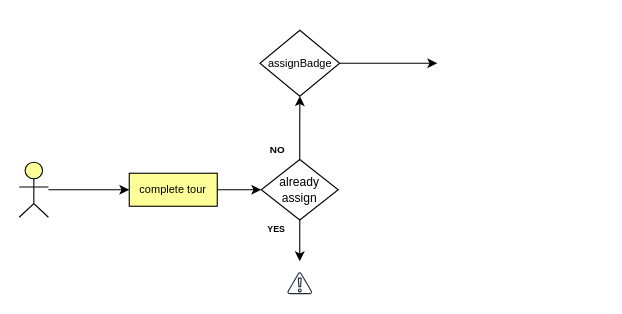
Above: page "Page-2" (2 of 2) of Untitled Diagram.drawio in AQIB-NAWAB/The-Final-Game (draw.io), before the change. Source tidied: cells renumbered, new cells numbered last; positions are measured from the earlier drawing's top-left corner, leaving out a move shared by most shapes. Both pictures are drawn from the tidied source at 110%, with x=0, y=0 at pixel (19, 30).
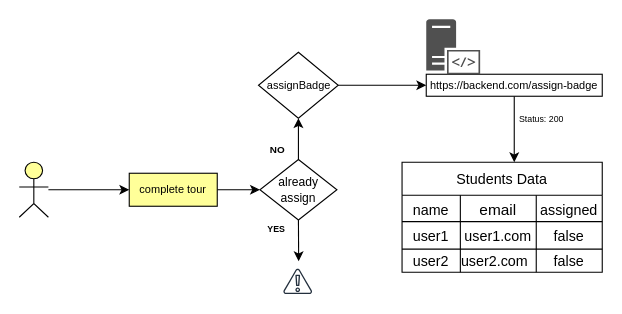
Above is the later version.

The edit, as a diff of the source:
```diff
@@
-    <mxCell id="7" style="edgeStyle=orthogonalEdgeStyle;rounded=0;jettySize=auto;html=1;" parent="1" edge="1" source="8">
-      <mxGeometry relative="1" as="geometry">
-        <mxPoint x="255" y="210" as="targetPoint" />
-      </mxGeometry>
-    </mxCell>
+    <mxCell id="14" style="edgeStyle=orthogonalEdgeStyle;rounded=0;jettySize=auto;html=1;exitX=0.5;exitY=1;exitDx=0;exitDy=0;" parent="1" edge="1" source="8">
+      <mxGeometry relative="1" as="geometry">
+        <mxPoint x="254" y="210" as="targetPoint" />
+      </mxGeometry>
+    </mxCell>
     <mxCell id="8" value="&lt;font style=&quot;font-size: 11px;&quot;&gt;already assign&lt;/font&gt;" style="rhombus;whiteSpace=wrap;html=1;" parent="1" vertex="1">
-      <mxGeometry x="220" y="117.5" width="70" height="55" as="geometry" />
+      <mxGeometry x="218.8" y="117.5" width="70" height="55" as="geometry" />
     </mxCell>
-    <mxCell id="9" style="edgeStyle=orthogonalEdgeStyle;rounded=0;jettySize=auto;html=1;" parent="1" edge="1" source="10">
-      <mxGeometry relative="1" as="geometry">
-        <mxPoint x="380" y="30" as="targetPoint" />
-      </mxGeometry>
-    </mxCell>
+    <mxCell id="15" style="edgeStyle=orthogonalEdgeStyle;rounded=0;jettySize=auto;html=1;" parent="1" edge="1" source="10" target="17">
+      <mxGeometry relative="1" as="geometry" />
+    </mxCell>
     <mxCell id="10" value="&lt;font style=&quot;font-size: 10px;&quot;&gt;assignBadge&lt;/font&gt;" style="rhombus;whiteSpace=wrap;html=1;" parent="1" vertex="1">
-      <mxGeometry x="218.8" width="72.5" height="60" as="geometry" />
+      <mxGeometry x="217.5" y="20" width="72.5" height="60" as="geometry" />
     </mxCell>
@@
     <mxCell id="13" style="sketch=0;fontColor=#232F3E;gradientColor=none;fillColor=#232F3D;strokeColor=none;dashed=0;verticalLabelPosition=bottom;verticalAlign=top;align=center;html=1;fontSize=12;fontStyle=0;shape=mxgraph.aws4.alert;" parent="1" vertex="1">
-      <mxGeometry x="243.7" y="220" width="22.6" height="20" as="geometry" />
+      <mxGeometry x="240" y="216.7" width="26.3" height="23.3" as="geometry" />
     </mxCell>
+    <mxCell id="16" style="edgeStyle=orthogonalEdgeStyle;rounded=0;jettySize=auto;html=1;" parent="1" edge="1" source="17">
+      <mxGeometry relative="1" as="geometry">
+        <mxPoint x="450" y="120" as="targetPoint" />
+      </mxGeometry>
+    </mxCell>
+    <mxCell id="17" value="&lt;font style=&quot;font-size: 10px;&quot;&gt;https://&lt;font&gt;backend.com/assign-badge&lt;/font&gt;&lt;/font&gt;" style="rounded=0;whiteSpace=wrap;html=1;" parent="1" vertex="1">
+      <mxGeometry x="370" y="40" width="160" height="20" as="geometry" />
+    </mxCell>
+    <mxCell id="18" style="sketch=0;shadow=0;dashed=0;html=1;strokeColor=none;fillColor=#505050;labelPosition=center;verticalLabelPosition=bottom;verticalAlign=top;align=center;shape=mxgraph.office.servers.server_side_code;" parent="1" vertex="1">
+      <mxGeometry x="370" y="-10" width="49" height="50" as="geometry" />
+    </mxCell>
+    <mxCell id="19" value="Students Data" style="shape=table;startSize=30;childLayout=tableLayout;strokeColor=default;fontSize=13;gradientColor=none;perimeterSpacing=1;" parent="1" vertex="1">
+      <mxGeometry x="348" y="120" width="182" height="100" as="geometry" />
+    </mxCell>
+    <mxCell id="20" style="shape=tableRow;horizontal=0;startSize=0;swimlaneHead=0;swimlaneBody=0;strokeColor=inherit;top=0;left=0;bottom=0;right=0;fillColor=none;fontSize=16;" parent="19" vertex="1">
+      <mxGeometry y="30" width="182" height="24" as="geometry" />
+    </mxCell>
+    <mxCell id="21" value="&lt;font style=&quot;font-size: 13px;&quot;&gt;name&lt;/font&gt;" style="shape=partialRectangle;html=1;whiteSpace=wrap;strokeColor=inherit;overflow=hidden;fillColor=none;top=0;left=0;bottom=0;right=0;fontSize=16;" parent="20" vertex="1">
+      <mxGeometry width="53" height="24" as="geometry" />
+    </mxCell>
+    <mxCell id="22" value="&lt;font style=&quot;font-size: 14px;&quot;&gt;email&lt;/font&gt;" style="shape=partialRectangle;html=1;whiteSpace=wrap;strokeColor=inherit;overflow=hidden;fillColor=none;top=0;left=0;bottom=0;right=0;fontSize=16;" parent="20" vertex="1">
+      <mxGeometry x="53" width="69" height="24" as="geometry" />
+    </mxCell>
+    <mxCell id="23" value="&lt;font style=&quot;font-size: 13px;&quot;&gt;assigned&lt;/font&gt;" style="shape=partialRectangle;html=1;whiteSpace=wrap;strokeColor=inherit;overflow=hidden;fillColor=none;top=0;left=0;bottom=0;right=0;fontSize=16;" parent="20" vertex="1">
+      <mxGeometry x="122" width="60" height="24" as="geometry" />
+    </mxCell>
+    <mxCell id="24" style="shape=tableRow;horizontal=0;startSize=0;swimlaneHead=0;swimlaneBody=0;strokeColor=inherit;top=0;left=0;bottom=0;right=0;fillColor=none;fontSize=16;" parent="19" vertex="1">
+      <mxGeometry y="54" width="182" height="25" as="geometry" />
+    </mxCell>
+    <mxCell id="25" value="user1" style="shape=partialRectangle;html=1;whiteSpace=wrap;strokeColor=inherit;overflow=hidden;fillColor=none;top=0;left=0;bottom=0;right=0;fontSize=13;" parent="24" vertex="1">
+      <mxGeometry width="53" height="25" as="geometry" />
+    </mxCell>
+    <mxCell id="26" value="user1.com" style="shape=partialRectangle;html=1;whiteSpace=wrap;strokeColor=inherit;overflow=hidden;fillColor=none;top=0;left=0;bottom=0;right=0;fontSize=13;" parent="24" vertex="1">
+      <mxGeometry x="53" width="69" height="25" as="geometry" />
+    </mxCell>
+    <mxCell id="27" value="false" style="shape=partialRectangle;html=1;whiteSpace=wrap;strokeColor=inherit;overflow=hidden;fillColor=none;top=0;left=0;bottom=0;right=0;fontSize=13;labelBackgroundColor=none;" parent="24" vertex="1">
+      <mxGeometry x="122" width="60" height="25" as="geometry" />
+    </mxCell>
+    <mxCell id="28" style="shape=tableRow;horizontal=0;startSize=0;swimlaneHead=0;swimlaneBody=0;strokeColor=inherit;top=0;left=0;bottom=0;right=0;fillColor=none;fontSize=16;" parent="19" vertex="1">
+      <mxGeometry y="79" width="182" height="21" as="geometry" />
+    </mxCell>
+    <mxCell id="29" value="user2" style="shape=partialRectangle;html=1;whiteSpace=wrap;strokeColor=inherit;overflow=hidden;fillColor=none;top=0;left=0;bottom=0;right=0;fontSize=13;" parent="28" vertex="1">
+      <mxGeometry width="53" height="21" as="geometry" />
+    </mxCell>
+    <mxCell id="30" value="&lt;div align=&quot;center&quot;&gt;user2.com&lt;span style=&quot;white-space: pre;&quot;&gt;&#9;&lt;/span&gt;&lt;/div&gt;" style="shape=partialRectangle;html=1;whiteSpace=wrap;strokeColor=inherit;overflow=hidden;fillColor=none;top=0;left=0;bottom=0;right=0;fontSize=13;align=center;" parent="28" vertex="1">
+      <mxGeometry x="53" width="69" height="21" as="geometry" />
+    </mxCell>
+    <mxCell id="31" value="false" style="shape=partialRectangle;html=1;whiteSpace=wrap;strokeColor=inherit;overflow=hidden;fillColor=none;top=0;left=0;bottom=0;right=0;fontSize=13;" parent="28" vertex="1">
+      <mxGeometry x="122" width="60" height="21" as="geometry" />
+    </mxCell>
+    <mxCell id="32" value="&lt;font style=&quot;font-size: 8px;&quot;&gt;Status: 200&lt;/font&gt;" style="text;strokeColor=none;align=center;fillColor=none;html=1;verticalAlign=middle;whiteSpace=wrap;rounded=0;" parent="1" vertex="1">
+      <mxGeometry x="450" y="70" width="50" height="20" as="geometry" />
+    </mxCell>
```
